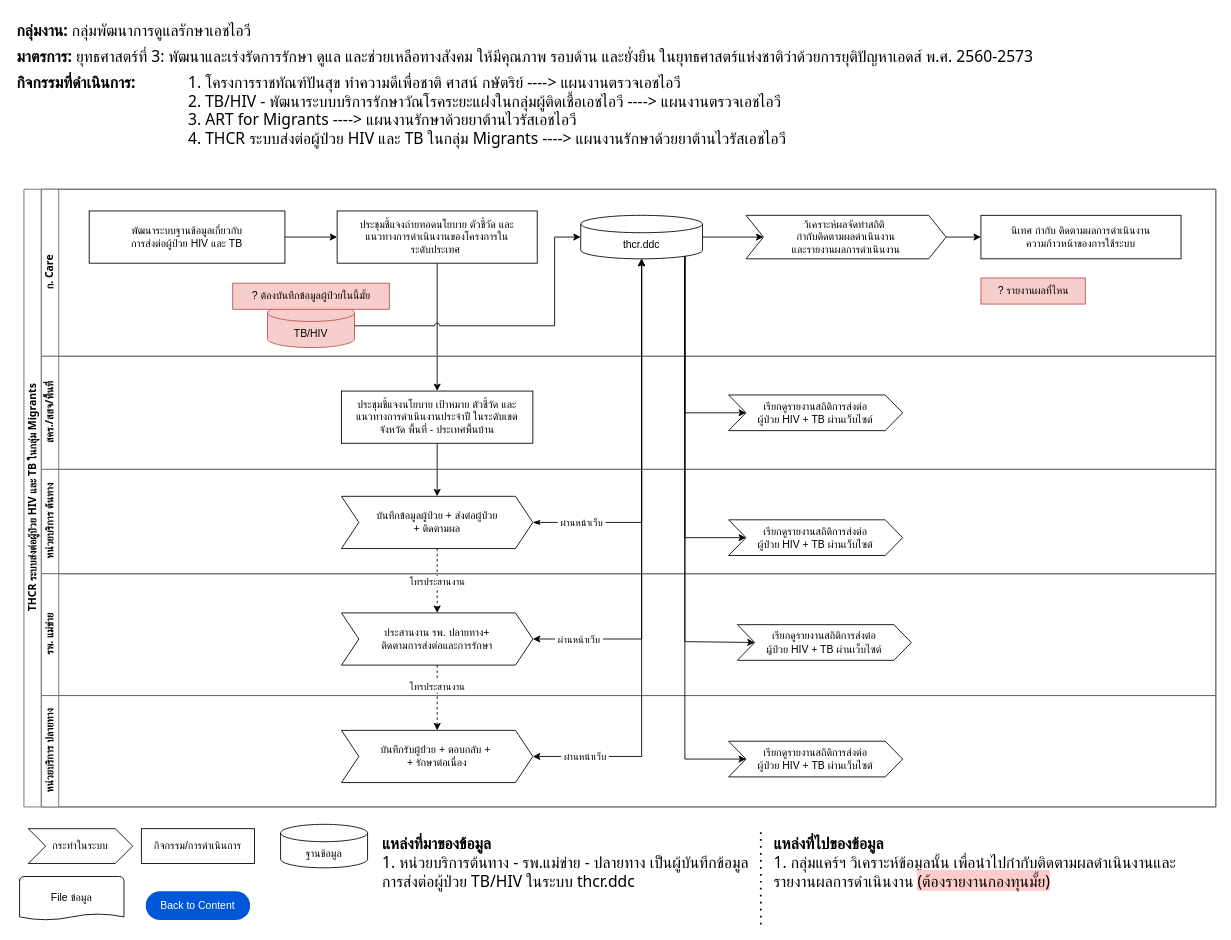
Before: page "THCR" (13 of 25) of HIVs Work-Data Diagram.drawio in anun311/regist, a draw.io diagram. Source tidied: cells renumbered, new cells numbered last; positions are measured from the earlier drawing's top-left corner, leaving out a move shared by most shapes. Both pictures are drawn from the tidied source at 87%, with x=0, y=0 at pixel (15, 15).
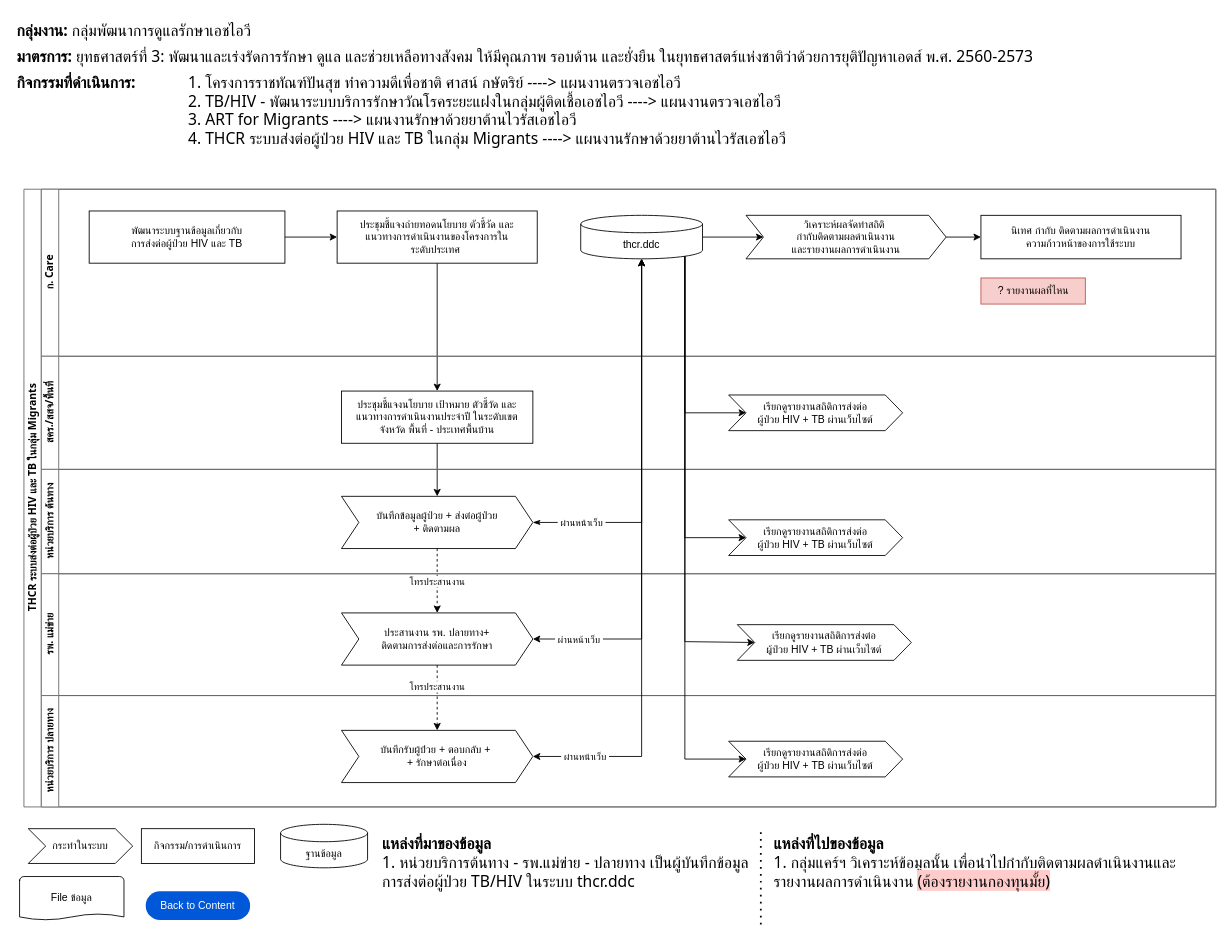
Above is the later version.

The change refers to these unchanged cells:
```xml
<mxCell id="7" value="ก. Care" style="swimlane;html=1;startSize=20;horizontal=0;fontFamily=Tahoma;strokeColor=#666666;" parent="2" vertex="1">
  <mxGeometry x="20" width="1350" height="192" as="geometry" />
</mxCell>
<mxCell id="13" value="thcr.ddc" style="shape=cylinder3;whiteSpace=wrap;html=1;boundedLbl=1;backgroundOutline=1;size=10;" parent="7" vertex="1">
  <mxGeometry x="620" y="30" width="140" height="50" as="geometry" />
</mxCell>
```

What changed in the source:
```diff
@@
-    <mxCell id="16" value="TB/HIV" style="shape=cylinder3;whiteSpace=wrap;html=1;boundedLbl=1;backgroundOutline=1;size=10;fillColor=#f8cecc;strokeColor=#b85450;" parent="7" vertex="1">
-      <mxGeometry x="260" y="132" width="100" height="50" as="geometry" />
-    </mxCell>
-    <mxCell id="17" style="edgeStyle=orthogonalEdgeStyle;rounded=0;jettySize=auto;html=1;entryX=0;entryY=0.5;entryDx=0;entryDy=0;entryPerimeter=0;jumpStyle=arc;" parent="7" edge="1" source="16" target="13">
-      <mxGeometry relative="1" as="geometry">
-        <Array as="points">
-          <mxPoint x="590" y="157" />
-          <mxPoint x="590" y="55" />
-        </Array>
-      </mxGeometry>
-    </mxCell>
-    <mxCell id="18" value="? ต้องบันทึกข้อมูลผู้ป่วยในนี้มั้ย" style="text;html=1;align=center;verticalAlign=middle;strokeColor=#b85450;fillColor=#f8cecc;" parent="7" vertex="1">
-      <mxGeometry x="220" y="108" width="180" height="30" as="geometry" />
-    </mxCell>
```
